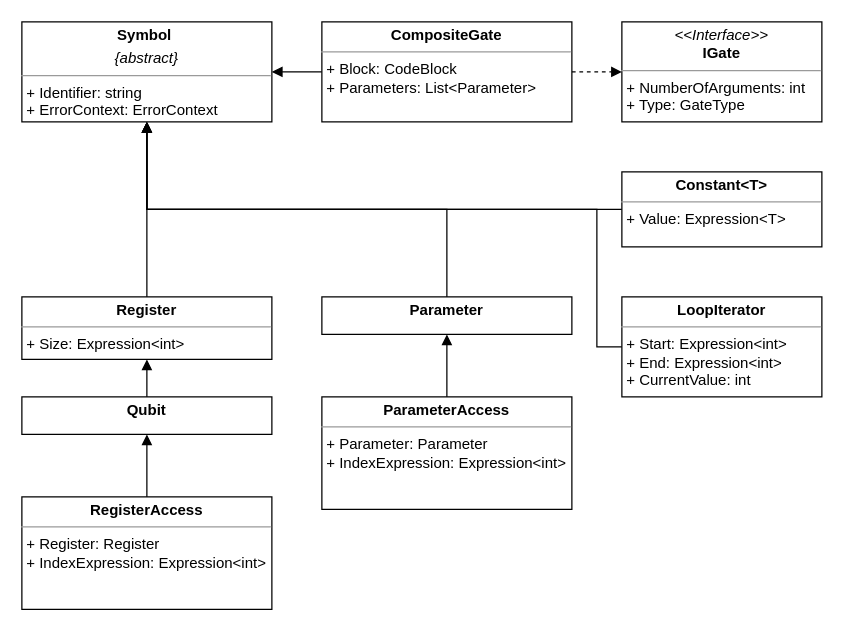
This is figures/drawio/uml_symbols.drawio from SaschaRWTH/masterthesis, a draw.io file, before an edit. Source tidied: cells renumbered, new cells numbered last; positions are measured from the earlier drawing's top-left corner, leaving out a move shared by most shapes. Both pictures are drawn from the tidied source at 125%, with x=0, y=0 at pixel (21, 21).
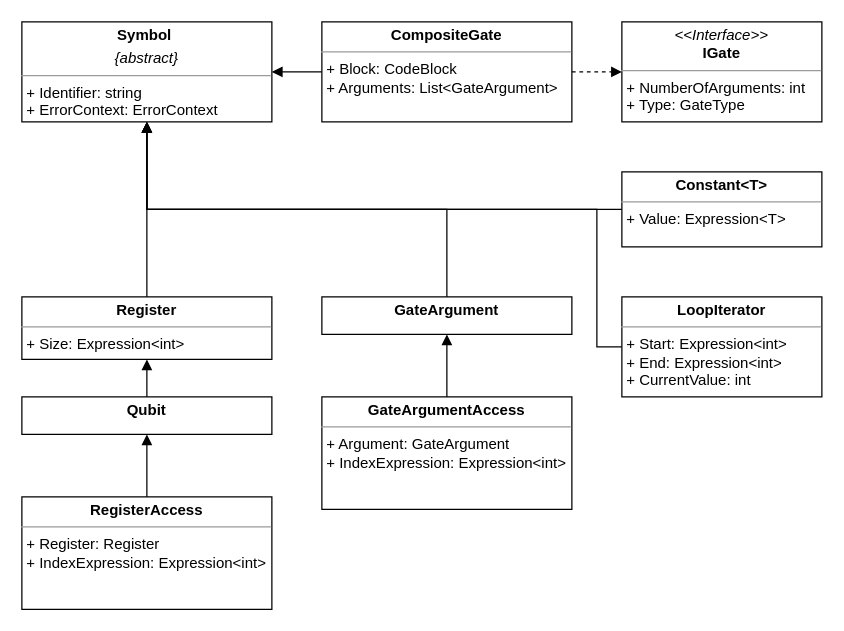
Above is the later version.

Change to the diagram source:
```diff
@@
-    <mxCell id="12" value="&lt;p style=&quot;margin:0px;margin-top:4px;text-align:center;&quot;&gt;&lt;b&gt;CompositeGate&lt;/b&gt;&lt;/p&gt;&lt;hr size=&quot;1&quot;&gt;&lt;p style=&quot;margin:0px;margin-left:4px;&quot;&gt;+ Block: CodeBlock&lt;/p&gt;&lt;p style=&quot;margin:0px;margin-left:4px;&quot;&gt;+ Parameters: List&amp;lt;Parameter&amp;gt;&lt;/p&gt;&lt;p style=&quot;margin:0px;margin-left:4px;&quot;&gt;&lt;br&gt;&lt;/p&gt;" style="verticalAlign=top;align=left;overflow=fill;fontSize=12;fontFamily=Helvetica;html=1;" parent="1" vertex="1">
+    <mxCell id="12" value="&lt;p style=&quot;margin:0px;margin-top:4px;text-align:center;&quot;&gt;&lt;b&gt;CompositeGate&lt;/b&gt;&lt;/p&gt;&lt;hr size=&quot;1&quot;&gt;&lt;p style=&quot;margin:0px;margin-left:4px;&quot;&gt;+ Block: CodeBlock&lt;/p&gt;&lt;p style=&quot;margin:0px;margin-left:4px;&quot;&gt;+ Arguments: List&amp;lt;GateArgument&amp;gt;&lt;/p&gt;&lt;p style=&quot;margin:0px;margin-left:4px;&quot;&gt;&lt;br&gt;&lt;/p&gt;" style="verticalAlign=top;align=left;overflow=fill;fontSize=12;fontFamily=Helvetica;html=1;" parent="1" vertex="1">
       <mxGeometry x="240" width="200" height="80" as="geometry" />
     </mxCell>
@@
-    <mxCell id="14" value="&lt;p style=&quot;margin:0px;margin-top:4px;text-align:center;&quot;&gt;&lt;b&gt;Parameter&lt;/b&gt;&lt;/p&gt;&lt;p style=&quot;margin:0px;margin-left:4px;&quot;&gt;&lt;br&gt;&lt;/p&gt;&lt;p style=&quot;margin:0px;margin-left:4px;&quot;&gt;&lt;br&gt;&lt;/p&gt;" style="verticalAlign=top;align=left;overflow=fill;fontSize=12;fontFamily=Helvetica;html=1;" parent="1" vertex="1">
+    <mxCell id="14" value="&lt;p style=&quot;margin:0px;margin-top:4px;text-align:center;&quot;&gt;&lt;b&gt;GateArgument&lt;/b&gt;&lt;/p&gt;&lt;p style=&quot;margin:0px;margin-left:4px;&quot;&gt;&lt;br&gt;&lt;/p&gt;&lt;p style=&quot;margin:0px;margin-left:4px;&quot;&gt;&lt;br&gt;&lt;/p&gt;" style="verticalAlign=top;align=left;overflow=fill;fontSize=12;fontFamily=Helvetica;html=1;" parent="1" vertex="1">
       <mxGeometry x="240" y="220" width="200" height="30" as="geometry" />
     </mxCell>
@@
-    <mxCell id="16" value="&lt;p style=&quot;margin: 4px 0px 0px; text-align: center;&quot;&gt;&lt;b&gt;Parameter&lt;/b&gt;&lt;b style=&quot;background-color: initial;&quot;&gt;Access&lt;/b&gt;&lt;/p&gt;&lt;hr size=&quot;1&quot;&gt;&lt;p style=&quot;margin:0px;margin-left:4px;&quot;&gt;+ Parameter: Parameter&lt;/p&gt;&lt;p style=&quot;margin:0px;margin-left:4px;&quot;&gt;+ IndexExpression: Expression&amp;lt;int&amp;gt;&lt;/p&gt;" style="verticalAlign=top;align=left;overflow=fill;fontSize=12;fontFamily=Helvetica;html=1;" parent="1" vertex="1">
+    <mxCell id="16" value="&lt;p style=&quot;margin: 4px 0px 0px; text-align: center;&quot;&gt;&lt;b&gt;GateArgument&lt;/b&gt;&lt;b style=&quot;background-color: initial;&quot;&gt;Access&lt;/b&gt;&lt;/p&gt;&lt;hr size=&quot;1&quot;&gt;&lt;p style=&quot;margin:0px;margin-left:4px;&quot;&gt;+ Argument: GateArgument&lt;/p&gt;&lt;p style=&quot;margin:0px;margin-left:4px;&quot;&gt;+ IndexExpression: Expression&amp;lt;int&amp;gt;&lt;/p&gt;" style="verticalAlign=top;align=left;overflow=fill;fontSize=12;fontFamily=Helvetica;html=1;" parent="1" vertex="1">
       <mxGeometry x="240" y="300" width="200" height="90" as="geometry" />
     </mxCell>
```
